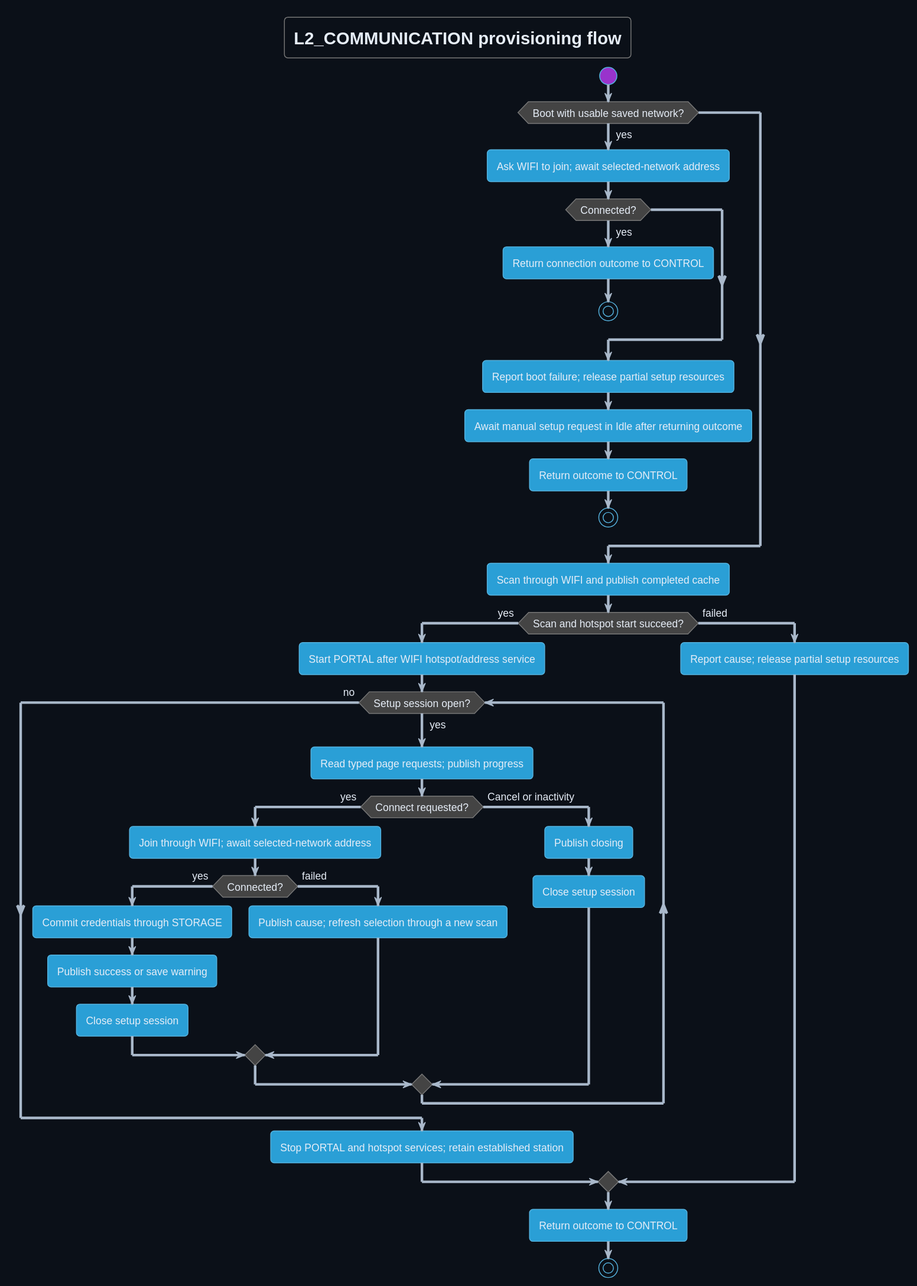
DemonicPsychoII/DigitalStethoscope keeps this PlantUML diagram as Development/system/architecture/COMMUNICATION/rendered/setup_flow.svg. Above is the earlier version.
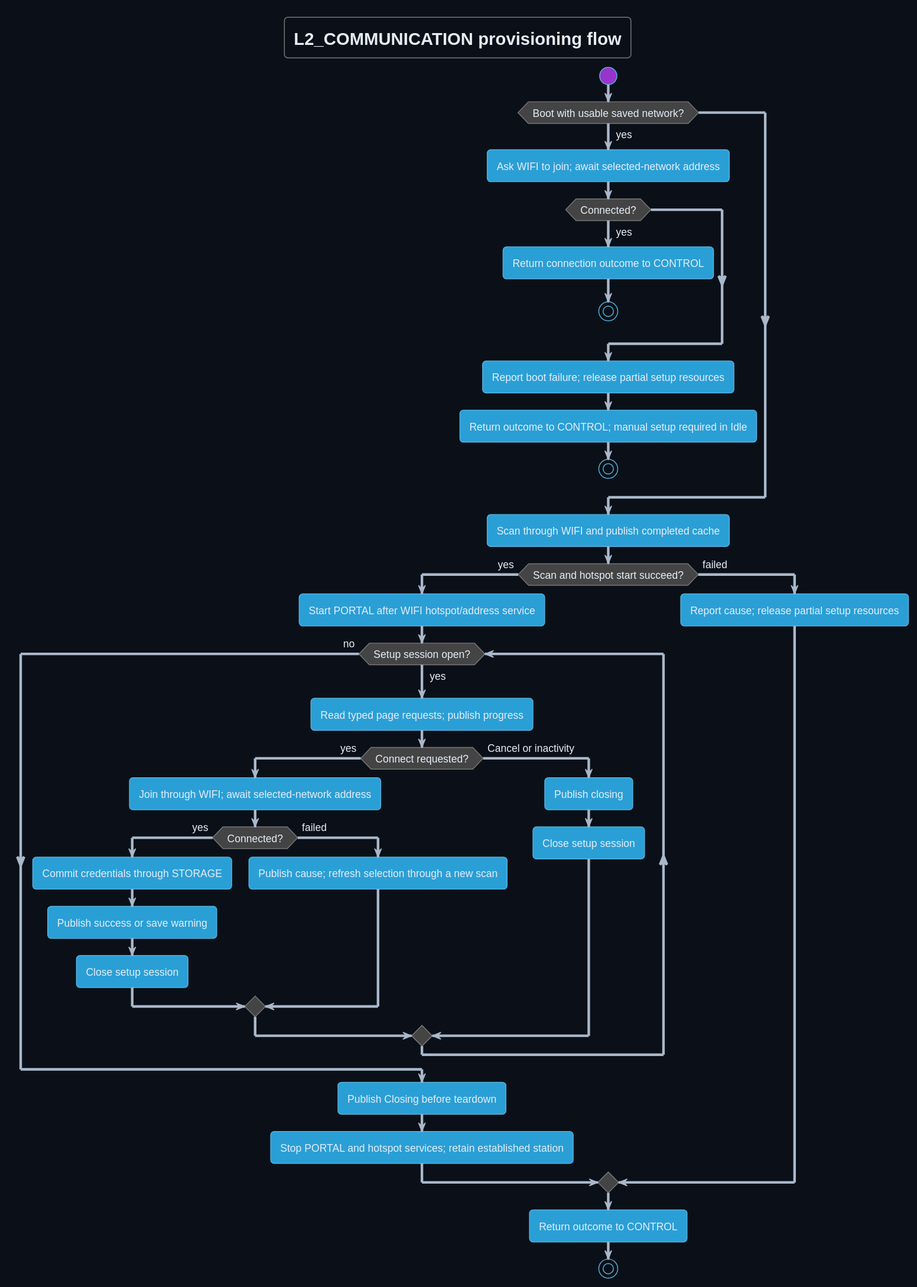
Above is the later version.

Commit message:
documentation: show shared Closing publication and manual boot recovery

Committed by GPT-6.1-Sol on behalf of Nico running in codex.

Change to the diagram source:
```diff
@@ -14,8 +14,7 @@
   stop
  endif
  :Report boot failure; release partial setup resources;
- :Await manual setup request in Idle after returning outcome;
- :Return outcome to CONTROL;
+ :Return outcome to CONTROL; manual setup required in Idle;
  stop
 endif
 :Scan through WIFI and publish completed cache;
@@ -37,6 +36,7 @@
    :Close setup session;
   endif
  endwhile (no)
+ :Publish Closing before teardown;
  :Stop PORTAL and hotspot services; retain established station;
 else (failed)
  :Report cause; release partial setup resources;
```
